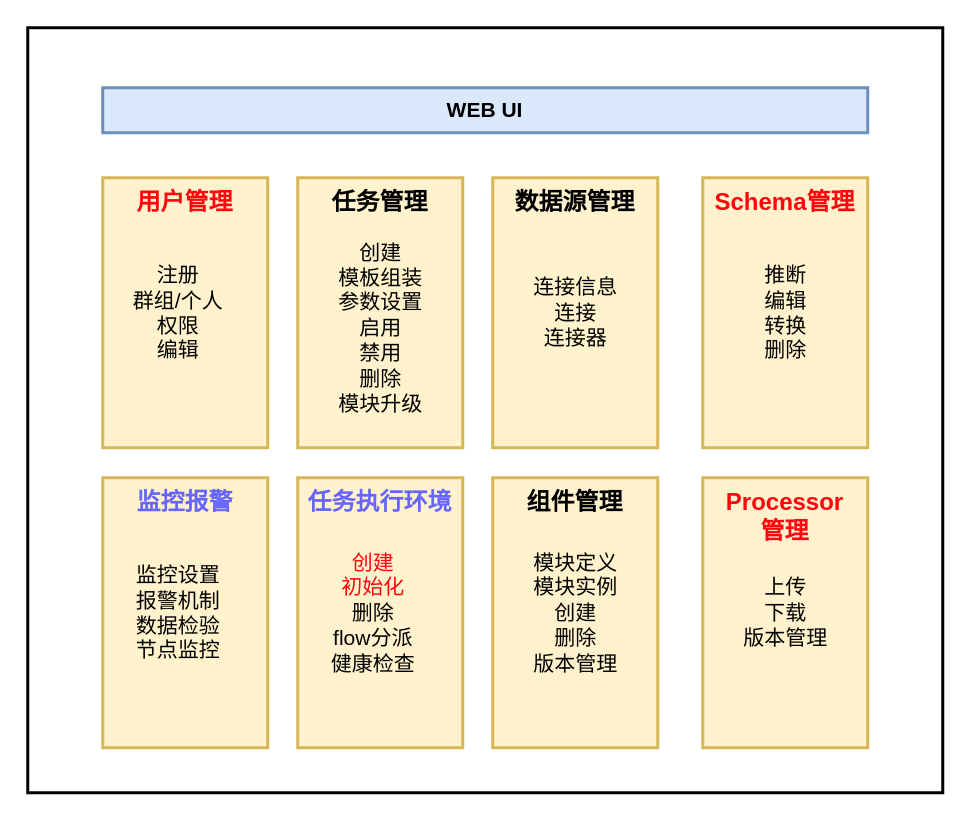
Above: page "Architecture" (1 of 12) of 自助式接入.drawio in dophinlife/drawio (draw.io), before the change. Source tidied: cells renumbered, new cells numbered last; positions are measured from the earlier drawing's top-left corner, leaving out a move shared by most shapes. Both pictures are drawn from the tidied source at 150%, with x=0, y=0 at pixel (27, 27).
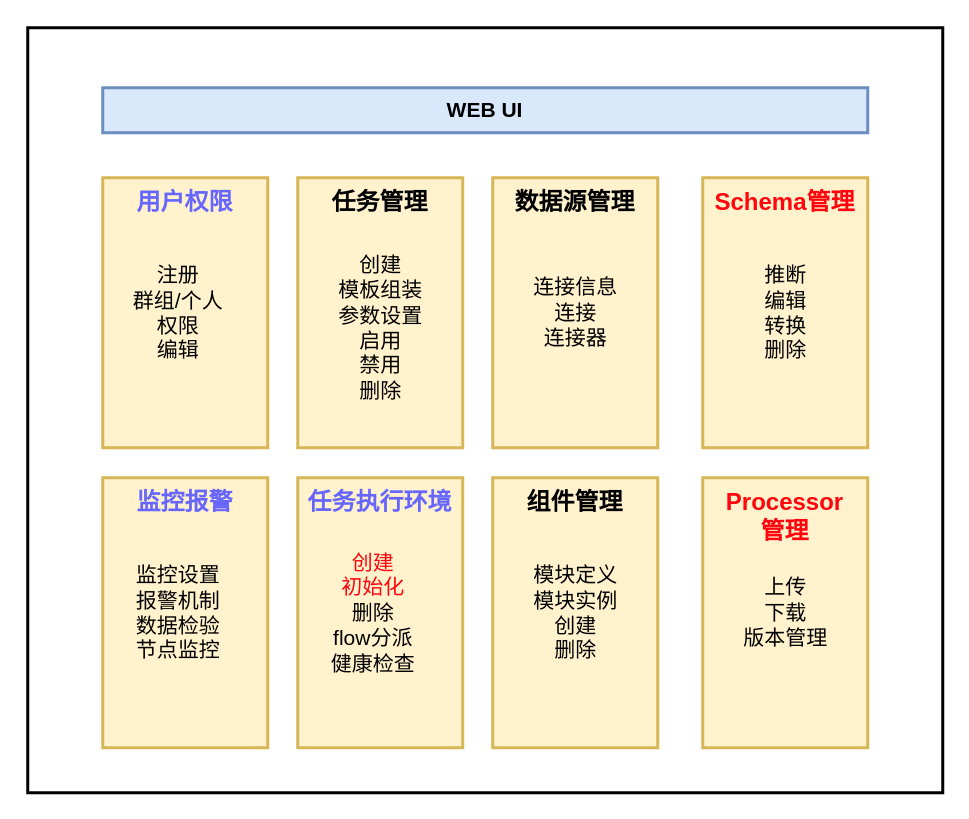
Above is the later version.

The edit, as a diff of the source:
```diff
@@
 <mxGraphModel>
   <root>
     <mxCell id="0" />
     <mxCell id="1" parent="0" />
     <mxCell id="2" style="rounded=0;whiteSpace=wrap;html=1;strokeWidth=2;" parent="1" vertex="1">
       <mxGeometry width="610" height="510" as="geometry" />
     </mxCell>
     <mxCell id="3" value="&lt;b&gt;&lt;font style=&quot;font-size: 14px&quot;&gt;WEB UI&lt;/font&gt;&lt;/b&gt;" style="rounded=0;whiteSpace=wrap;html=1;strokeWidth=2;fillColor=#dae8fc;strokeColor=#6c8ebf;" parent="1" vertex="1">
       <mxGeometry x="50" y="40" width="510" height="30" as="geometry" />
     </mxCell>
-    <mxCell id="4" value="&lt;b&gt;&lt;font style=&quot;font-size: 16px&quot; color=&quot;#ff050d&quot;&gt;用户管理&lt;/font&gt;&lt;/b&gt;" style="rounded=0;whiteSpace=wrap;html=1;strokeWidth=2;fillColor=#fff2cc;strokeColor=#d6b656;verticalAlign=top;fontSize=14;" parent="1" vertex="1">
+    <mxCell id="4" value="&lt;b&gt;&lt;font style=&quot;font-size: 16px&quot; color=&quot;#6666ff&quot;&gt;用户权限&lt;/font&gt;&lt;/b&gt;" style="rounded=0;whiteSpace=wrap;html=1;strokeWidth=2;fillColor=#fff2cc;strokeColor=#d6b656;verticalAlign=top;fontSize=14;" parent="1" vertex="1">
       <mxGeometry x="50" y="100" width="110" height="180" as="geometry" />
     </mxCell>
     <mxCell id="5" value="注册&lt;br&gt;群组/个人&lt;br&gt;权限&lt;br&gt;编辑" style="text;html=1;align=center;verticalAlign=middle;fontSize=14;" parent="1" vertex="1">
       <mxGeometry x="60" y="155" width="80" height="70" as="geometry" />
     </mxCell>
     <mxCell id="6" value="&lt;span style=&quot;font-size: 16px&quot;&gt;&lt;b&gt;数据源管理&lt;/b&gt;&lt;/span&gt;" style="rounded=0;whiteSpace=wrap;html=1;strokeWidth=2;fillColor=#fff2cc;strokeColor=#d6b656;verticalAlign=top;fontSize=14;" parent="1" vertex="1">
       <mxGeometry x="310" y="100" width="110" height="180" as="geometry" />
     </mxCell>
     <mxCell id="7" value="&lt;span style=&quot;font-size: 16px&quot;&gt;&lt;b&gt;任务管理&lt;/b&gt;&lt;/span&gt;" style="rounded=0;whiteSpace=wrap;html=1;strokeWidth=2;fillColor=#fff2cc;strokeColor=#d6b656;verticalAlign=top;fontSize=14;" parent="1" vertex="1">
       <mxGeometry x="180" y="100" width="110" height="180" as="geometry" />
     </mxCell>
-    <mxCell id="8" value="创建&lt;br&gt;模板组装&lt;br&gt;参数设置&lt;br&gt;启用&lt;br&gt;禁用&lt;br&gt;删除&lt;br&gt;模块升级" style="text;html=1;align=center;verticalAlign=middle;fontSize=14;" parent="1" vertex="1">
-      <mxGeometry x="200" y="140" width="70" height="120" as="geometry" />
+    <mxCell id="8" value="创建&lt;br&gt;模板组装&lt;br&gt;参数设置&lt;br&gt;启用&lt;br&gt;禁用&lt;br&gt;删除" style="text;html=1;align=center;verticalAlign=middle;fontSize=14;" parent="1" vertex="1">
+      <mxGeometry x="200" y="145" width="70" height="110" as="geometry" />
     </mxCell>
     <mxCell id="9" value="&lt;span style=&quot;font-size: 16px&quot;&gt;&lt;b&gt;&lt;font color=&quot;#ff050d&quot;&gt;Schema管理&lt;/font&gt;&lt;/b&gt;&lt;/span&gt;" style="rounded=0;whiteSpace=wrap;html=1;strokeWidth=2;fillColor=#fff2cc;strokeColor=#d6b656;verticalAlign=top;fontSize=14;" parent="1" vertex="1">
       <mxGeometry x="450" y="100" width="110" height="180" as="geometry" />
     </mxCell>
     <mxCell id="10" value="&lt;span style=&quot;font-size: 16px&quot;&gt;&lt;b&gt;&lt;font color=&quot;#6666ff&quot;&gt;监控报警&lt;/font&gt;&lt;/b&gt;&lt;/span&gt;" style="rounded=0;whiteSpace=wrap;html=1;strokeWidth=2;fillColor=#fff2cc;strokeColor=#d6b656;verticalAlign=top;fontSize=14;" parent="1" vertex="1">
       <mxGeometry x="50" y="300" width="110" height="180" as="geometry" />
     </mxCell>
     <mxCell id="11" value="监控设置&lt;br&gt;报警机制&lt;br&gt;数据检验&lt;br&gt;节点监控&lt;br&gt;" style="text;html=1;align=center;verticalAlign=middle;fontSize=14;" parent="1" vertex="1">
       <mxGeometry x="65" y="355" width="70" height="70" as="geometry" />
     </mxCell>
     <mxCell id="12" value="&lt;span style=&quot;font-size: 16px&quot;&gt;&lt;b&gt;组件管理&lt;/b&gt;&lt;/span&gt;" style="rounded=0;whiteSpace=wrap;html=1;strokeWidth=2;fillColor=#fff2cc;strokeColor=#d6b656;verticalAlign=top;fontSize=14;" parent="1" vertex="1">
       <mxGeometry x="310" y="300" width="110" height="180" as="geometry" />
     </mxCell>
     <mxCell id="13" value="&lt;span style=&quot;font-size: 16px&quot;&gt;&lt;b&gt;&lt;font color=&quot;#6666ff&quot;&gt;任务执行环境&lt;/font&gt;&lt;/b&gt;&lt;/span&gt;" style="rounded=0;whiteSpace=wrap;html=1;strokeWidth=2;fillColor=#fff2cc;strokeColor=#d6b656;verticalAlign=top;fontSize=14;" parent="1" vertex="1">
       <mxGeometry x="180" y="300" width="110" height="180" as="geometry" />
     </mxCell>
     <mxCell id="14" value="&lt;font color=&quot;#ff050d&quot;&gt;创建&lt;br&gt;初始化&lt;/font&gt;&lt;br&gt;删除&lt;br&gt;flow分派&lt;br&gt;健康检查" style="text;html=1;align=center;verticalAlign=middle;fontSize=14;" parent="1" vertex="1">
       <mxGeometry x="195" y="345" width="70" height="90" as="geometry" />
     </mxCell>
     <mxCell id="15" value="&lt;span style=&quot;font-size: 16px&quot;&gt;&lt;b&gt;&lt;font color=&quot;#ff050d&quot;&gt;Processor&lt;br&gt;管理&lt;/font&gt;&lt;br&gt;&lt;/b&gt;&lt;/span&gt;" style="rounded=0;whiteSpace=wrap;html=1;strokeWidth=2;fillColor=#fff2cc;strokeColor=#d6b656;verticalAlign=top;fontSize=14;" parent="1" vertex="1">
       <mxGeometry x="450" y="300" width="110" height="180" as="geometry" />
     </mxCell>
     <mxCell id="16" value="连接信息&lt;br&gt;连接&lt;br&gt;连接器" style="text;html=1;align=center;verticalAlign=middle;fontSize=14;" parent="1" vertex="1">
       <mxGeometry x="330" y="160" width="70" height="60" as="geometry" />
     </mxCell>
     <mxCell id="17" value="推断&lt;br&gt;编辑&lt;br&gt;转换&lt;br&gt;删除" style="text;html=1;align=center;verticalAlign=middle;fontSize=14;" parent="1" vertex="1">
       <mxGeometry x="485" y="155" width="40" height="70" as="geometry" />
     </mxCell>
-    <mxCell id="18" value="模块定义&lt;br&gt;模块实例&lt;br&gt;创建&lt;br&gt;删除&lt;br&gt;版本管理" style="text;html=1;align=center;verticalAlign=middle;fontSize=14;" parent="1" vertex="1">
-      <mxGeometry x="330" y="345" width="70" height="90" as="geometry" />
+    <mxCell id="18" value="模块定义&lt;br&gt;模块实例&lt;br&gt;创建&lt;br&gt;删除" style="text;html=1;align=center;verticalAlign=middle;fontSize=14;" parent="1" vertex="1">
+      <mxGeometry x="330" y="355" width="70" height="70" as="geometry" />
     </mxCell>
     <mxCell id="19" value="上传&lt;br&gt;下载&lt;br&gt;版本管理" style="text;html=1;align=center;verticalAlign=middle;fontSize=14;" parent="1" vertex="1">
       <mxGeometry x="470" y="360" width="70" height="60" as="geometry" />
     </mxCell>
   </root>
 </mxGraphModel>
```
